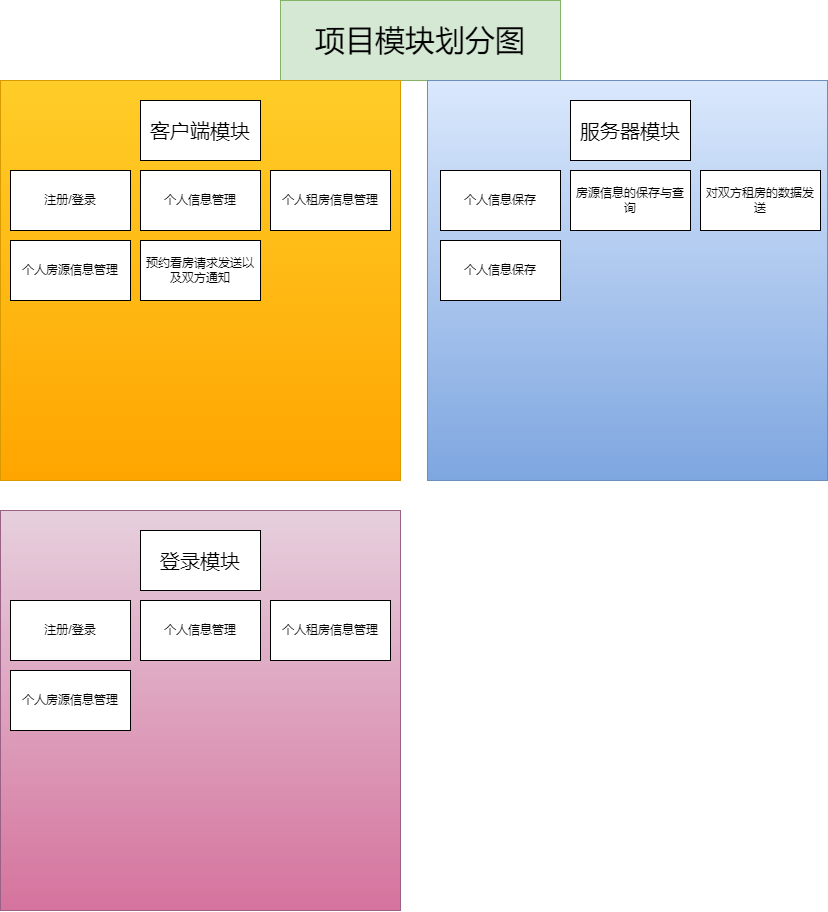
This is Plans/项目模块划分图.png from 1228785484/RentHouseThing, a draw.io export, as it was before one commit. Source tidied: cells renumbered, new cells last; positions are measured from the earlier drawing's top-left corner, leaving out a move shared by most shapes.
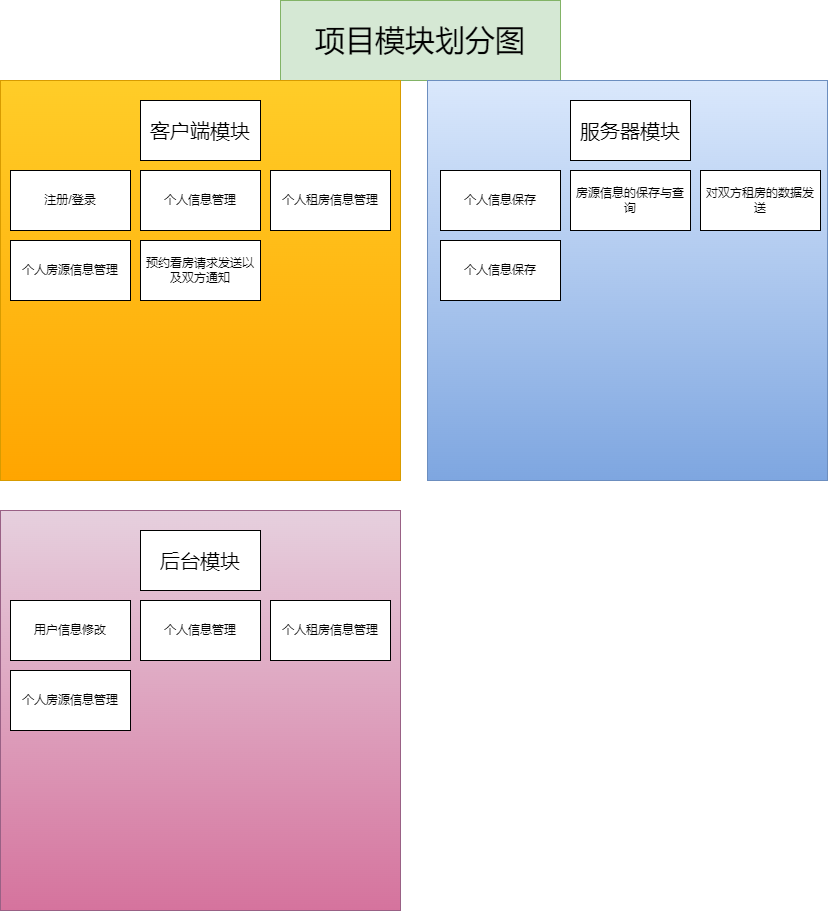
Above is the later version.

Commit message:
更新项目模块划分图.png

Change to the diagram source:
```diff
@@ -56,10 +56,10 @@
     <mxCell id="19" style="whiteSpace=wrap;html=1;fillColor=#e6d0de;gradientColor=#d5739d;strokeColor=#996185;" parent="18" vertex="1">
       <mxGeometry width="400" height="400" as="geometry" />
     </mxCell>
-    <mxCell id="20" value="&lt;font style=&quot;font-size: 20px;&quot;&gt;登录模块&lt;/font&gt;" style="rounded=0;whiteSpace=wrap;html=1;" parent="18" vertex="1">
+    <mxCell id="20" value="&lt;font style=&quot;font-size: 20px;&quot;&gt;后台模块&lt;/font&gt;" style="rounded=0;whiteSpace=wrap;html=1;" parent="18" vertex="1">
       <mxGeometry x="140" y="20" width="120" height="60" as="geometry" />
     </mxCell>
-    <mxCell id="21" value="注册/登录" style="rounded=0;whiteSpace=wrap;html=1;" parent="18" vertex="1">
+    <mxCell id="21" value="用户信息修改" style="rounded=0;whiteSpace=wrap;html=1;" parent="18" vertex="1">
       <mxGeometry x="10" y="90" width="120" height="60" as="geometry" />
     </mxCell>
     <mxCell id="22" value="个人信息管理" style="rounded=0;whiteSpace=wrap;html=1;" parent="18" vertex="1">
```
